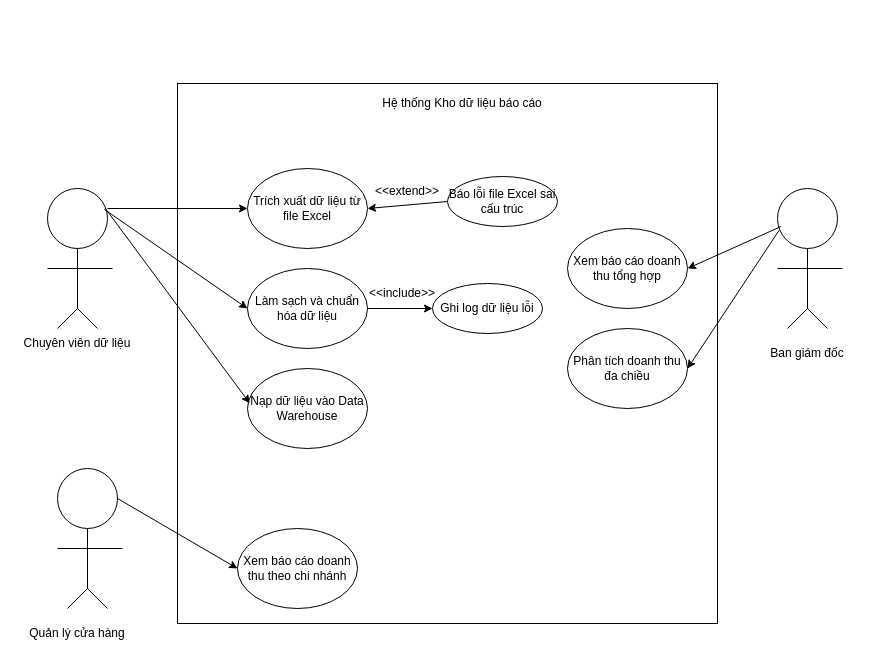
Above: docs/usecase.drawio in Robert17-02-05/cdtn1-huynhminhtri-l6 (draw.io), before the change. Source tidied: cells renumbered, new cells numbered last; positions are measured from the earlier drawing's top-left corner, leaving out a move shared by most shapes. Both pictures are drawn from the tidied source at 100%, with x=0, y=0 at pixel (17, 83).
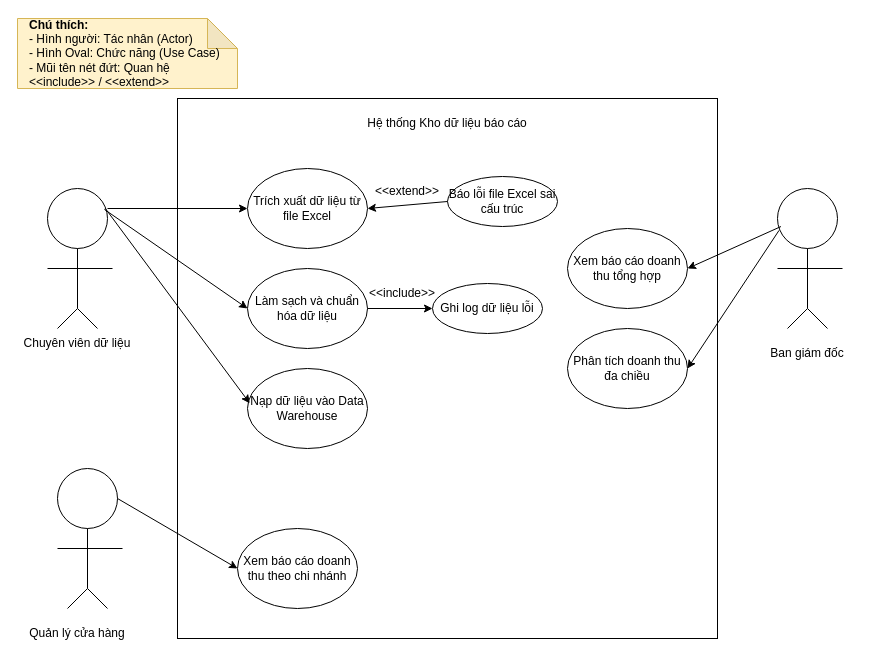
The same diagram, later.

The edit, as a diff of the source:
```diff
@@
+    <mxCell id="40" value="&lt;b&gt;Chú thích:&lt;/b&gt;&lt;br&gt;- Hình người: Tác nhân (Actor)&lt;br&gt;- Hình Oval: Chức năng (Use Case)&lt;br&gt;- Mũi tên nét đứt: Quan hệ &amp;lt;&amp;lt;include&amp;gt;&amp;gt; / &amp;lt;&amp;lt;extend&amp;gt;&amp;gt;" style="shape=note;whiteSpace=wrap;html=1;backgroundOutline=1;darkOpacity=0.05;fillColor=#fff2cc;strokeColor=#d6b656;align=left;spacingLeft=10;" parent="1" vertex="1">
+      <mxGeometry y="-65" width="220" height="70" as="geometry" />
+    </mxCell>
     <mxCell id="2" style="whiteSpace=wrap;html=1;" parent="1" vertex="1">
-      <mxGeometry x="160" width="540" height="540" as="geometry" />
+      <mxGeometry x="160" y="15" width="540" height="540" as="geometry" />
     </mxCell>
@@
     <mxCell id="33" value="Hệ thống Kho dữ liệu báo cáo" style="text;html=1;whiteSpace=wrap;strokeColor=none;fillColor=none;align=center;verticalAlign=middle;rounded=0;" parent="1" vertex="1">
-      <mxGeometry x="350" y="5" width="190" height="30" as="geometry" />
+      <mxGeometry x="335" y="25" width="190" height="30" as="geometry" />
     </mxCell>
```
